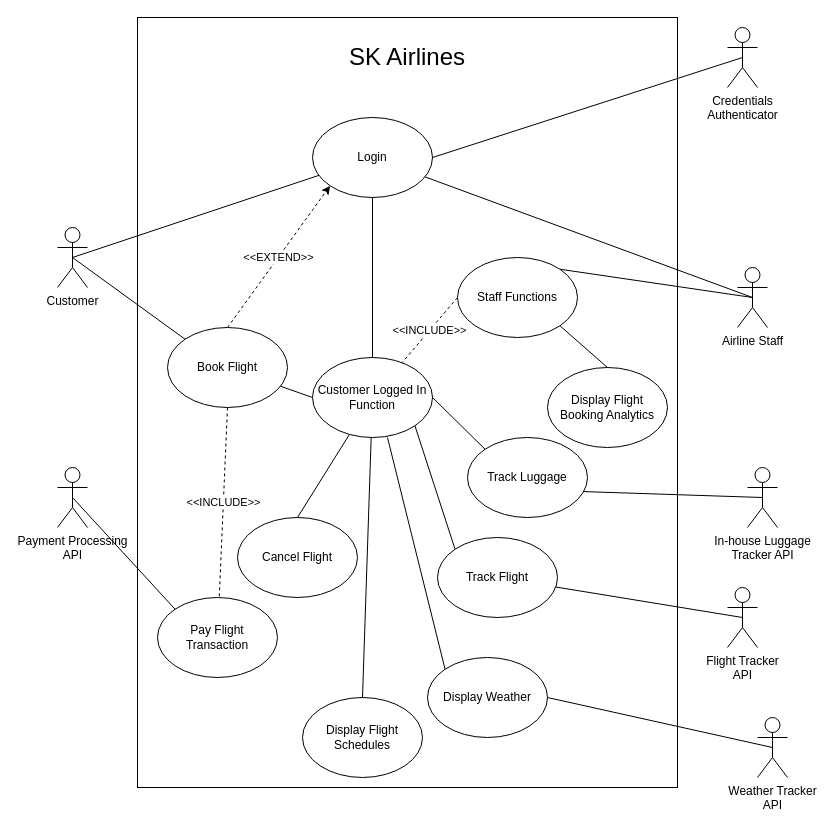
Earlier version of the draw.io diagram SKAirlines.drawio (monterdekeanu/monterdekeanu). Source tidied: cells renumbered, new cells numbered last; positions are measured from the earlier drawing's top-left corner, leaving out a move shared by most shapes. Both pictures are drawn from the tidied source at 100%, with x=0, y=0 at pixel (57, 17).
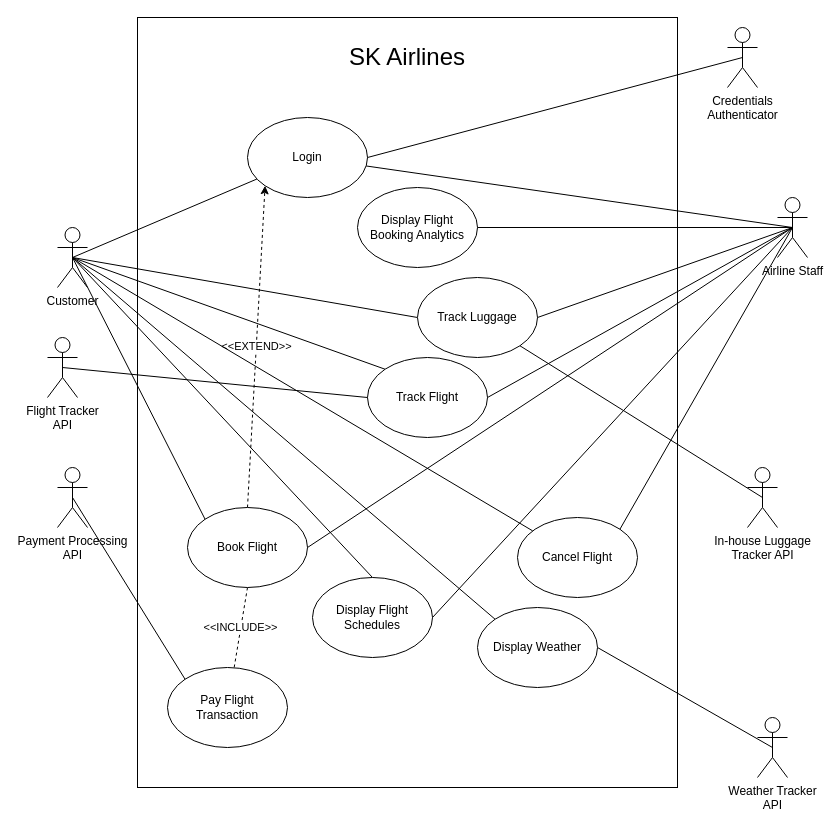
Above is the later version.

Unchanged cells that the change refers to:
```xml
<mxCell id="18" value="Customer" style="shape=umlActor;verticalLabelPosition=bottom;verticalAlign=top;html=1;outlineConnect=0;" parent="1" vertex="1">
  <mxGeometry y="210" width="30" height="60" as="geometry" />
</mxCell>
<mxCell id="37" value="In-house Luggage&lt;br&gt;Tracker API" style="shape=umlActor;verticalLabelPosition=bottom;verticalAlign=top;html=1;outlineConnect=0;" parent="1" vertex="1">
  <mxGeometry x="690" y="450" width="30" height="60" as="geometry" />
</mxCell>
```

Diff of the diagram source:
```diff
@@
-    <mxCell id="3" style="rounded=0;jettySize=auto;html=1;endArrow=none;endFill=0;" parent="1" edge="1" source="4" target="30">
-      <mxGeometry relative="1" as="geometry" />
-    </mxCell>
     <mxCell id="4" value="Login" style="ellipse;whiteSpace=wrap;html=1;" parent="1" vertex="1">
-      <mxGeometry x="255" y="100" width="120" height="80" as="geometry" />
+      <mxGeometry x="190" y="100" width="120" height="80" as="geometry" />
     </mxCell>
@@
     <mxCell id="7" value="Book Flight" style="ellipse;whiteSpace=wrap;html=1;" parent="1" vertex="1">
-      <mxGeometry x="110" y="310" width="120" height="80" as="geometry" />
+      <mxGeometry x="130" y="490" width="120" height="80" as="geometry" />
     </mxCell>
-    <mxCell id="8" style="rounded=0;jettySize=auto;html=1;exitX=0;exitY=0;exitDx=0;exitDy=0;entryX=1;entryY=1;entryDx=0;entryDy=0;endArrow=none;endFill=0;" parent="1" edge="1" source="9" target="30">
+    <mxCell id="8" style="rounded=0;jettySize=auto;html=1;exitX=0;exitY=0;exitDx=0;exitDy=0;entryX=0.5;entryY=0.5;entryDx=0;entryDy=0;endArrow=none;endFill=0;entryPerimeter=0;" parent="1" edge="1" source="9" target="18">
       <mxGeometry relative="1" as="geometry" />
     </mxCell>
     <mxCell id="9" value="Track Flight" style="ellipse;whiteSpace=wrap;html=1;" parent="1" vertex="1">
-      <mxGeometry x="380" y="520" width="120" height="80" as="geometry" />
+      <mxGeometry x="310" y="340" width="120" height="80" as="geometry" />
     </mxCell>
     <mxCell id="10" value="Pay Flight Transaction" style="ellipse;whiteSpace=wrap;html=1;" parent="1" vertex="1">
-      <mxGeometry x="100" y="580" width="120" height="80" as="geometry" />
+      <mxGeometry x="110" y="650" width="120" height="80" as="geometry" />
     </mxCell>
-    <mxCell id="11" style="rounded=0;jettySize=auto;html=1;exitX=0.5;exitY=0;exitDx=0;exitDy=0;endArrow=none;endFill=0;" parent="1" edge="1" source="12" target="30">
+    <mxCell id="11" style="rounded=0;jettySize=auto;html=1;endArrow=none;endFill=0;entryX=0.5;entryY=0.5;entryDx=0;entryDy=0;entryPerimeter=0;" parent="1" edge="1" source="12" target="18">
       <mxGeometry relative="1" as="geometry" />
     </mxCell>
     <mxCell id="12" value="Cancel Flight" style="ellipse;whiteSpace=wrap;html=1;" parent="1" vertex="1">
-      <mxGeometry x="180" y="500" width="120" height="80" as="geometry" />
+      <mxGeometry x="460" y="500" width="120" height="80" as="geometry" />
     </mxCell>
     <mxCell id="13" value="Display Flight Booking Analytics" style="ellipse;whiteSpace=wrap;html=1;" parent="1" vertex="1">
-      <mxGeometry x="490" y="350" width="120" height="80" as="geometry" />
+      <mxGeometry x="300" y="170" width="120" height="80" as="geometry" />
     </mxCell>
-    <mxCell id="14" style="rounded=0;jettySize=auto;html=1;exitX=0.5;exitY=0;exitDx=0;exitDy=0;endArrow=none;endFill=0;" parent="1" edge="1" source="15" target="30">
+    <mxCell id="14" style="rounded=0;jettySize=auto;html=1;exitX=0.5;exitY=0;exitDx=0;exitDy=0;endArrow=none;endFill=0;entryX=0.5;entryY=0.5;entryDx=0;entryDy=0;entryPerimeter=0;" parent="1" edge="1" source="15" target="18">
       <mxGeometry relative="1" as="geometry" />
     </mxCell>
     <mxCell id="15" value="Display Flight Schedules" style="ellipse;whiteSpace=wrap;html=1;" parent="1" vertex="1">
-      <mxGeometry x="245" y="680" width="120" height="80" as="geometry" />
+      <mxGeometry x="255" y="560" width="120" height="80" as="geometry" />
     </mxCell>
@@
-    <mxCell id="20" style="rounded=0;jettySize=auto;html=1;exitX=0.5;exitY=0.5;exitDx=0;exitDy=0;exitPerimeter=0;entryX=1;entryY=0;entryDx=0;entryDy=0;endArrow=none;endFill=0;" parent="1" edge="1" source="21" target="35">
+    <mxCell id="20" style="rounded=0;jettySize=auto;html=1;exitX=0.5;exitY=0.5;exitDx=0;exitDy=0;exitPerimeter=0;endArrow=none;endFill=0;" parent="1" edge="1" source="21" target="13">
       <mxGeometry relative="1" as="geometry" />
     </mxCell>
     <mxCell id="21" value="Airline Staff" style="shape=umlActor;verticalLabelPosition=bottom;verticalAlign=top;html=1;outlineConnect=0;" parent="1" vertex="1">
-      <mxGeometry x="680" y="250" width="30" height="60" as="geometry" />
+      <mxGeometry x="720" y="180" width="30" height="60" as="geometry" />
     </mxCell>
@@
-    <mxCell id="27" style="rounded=0;jettySize=auto;html=1;exitX=0.5;exitY=0.5;exitDx=0;exitDy=0;exitPerimeter=0;endArrow=none;endFill=0;" parent="1" edge="1" source="28" target="9">
+    <mxCell id="27" style="rounded=0;jettySize=auto;html=1;exitX=0.5;exitY=0.5;exitDx=0;exitDy=0;exitPerimeter=0;endArrow=none;endFill=0;entryX=0;entryY=0.5;entryDx=0;entryDy=0;" parent="1" edge="1" source="28" target="9">
       <mxGeometry relative="1" as="geometry" />
     </mxCell>
     <mxCell id="28" value="Flight Tracker&lt;br&gt;API" style="shape=umlActor;verticalLabelPosition=bottom;verticalAlign=top;html=1;outlineConnect=0;" parent="1" vertex="1">
-      <mxGeometry x="670" y="570" width="30" height="60" as="geometry" />
+      <mxGeometry x="-10" y="320" width="30" height="60" as="geometry" />
     </mxCell>
-    <mxCell id="29" style="rounded=0;jettySize=auto;html=1;exitX=0;exitY=0.5;exitDx=0;exitDy=0;endArrow=none;endFill=0;" parent="1" edge="1" source="30" target="7">
-      <mxGeometry relative="1" as="geometry" />
-    </mxCell>
-    <mxCell id="30" value="Customer Logged In Function" style="ellipse;whiteSpace=wrap;html=1;" parent="1" vertex="1">
-      <mxGeometry x="255" y="340" width="120" height="80" as="geometry" />
-    </mxCell>
-    <mxCell id="31" style="rounded=0;jettySize=auto;html=1;exitX=0;exitY=0;exitDx=0;exitDy=0;entryX=1;entryY=0.5;entryDx=0;entryDy=0;endArrow=none;endFill=0;" parent="1" edge="1" source="32" target="30">
+    <mxCell id="31" style="rounded=0;jettySize=auto;html=1;exitX=0;exitY=0.5;exitDx=0;exitDy=0;entryX=0.5;entryY=0.5;entryDx=0;entryDy=0;endArrow=none;endFill=0;entryPerimeter=0;" parent="1" edge="1" source="32" target="18">
       <mxGeometry relative="1" as="geometry" />
     </mxCell>
     <mxCell id="32" value="Track Luggage" style="ellipse;whiteSpace=wrap;html=1;" parent="1" vertex="1">
-      <mxGeometry x="410" y="420" width="120" height="80" as="geometry" />
+      <mxGeometry x="360" y="260" width="120" height="80" as="geometry" />
     </mxCell>
-    <mxCell id="33" style="rounded=0;jettySize=auto;html=1;exitX=1;exitY=1;exitDx=0;exitDy=0;entryX=0.5;entryY=0;entryDx=0;entryDy=0;endArrow=none;endFill=0;" parent="1" edge="1" source="35" target="13">
-      <mxGeometry relative="1" as="geometry" />
-    </mxCell>
-    <mxCell id="34" value="&amp;lt;&amp;lt;INCLUDE&amp;gt;&amp;gt;" style="rounded=0;jettySize=auto;html=1;exitX=0;exitY=0.5;exitDx=0;exitDy=0;endArrow=none;endFill=0;dashed=1;" parent="1" edge="1" source="35" target="30">
-      <mxGeometry relative="1" as="geometry" />
-    </mxCell>
-    <mxCell id="35" value="Staff Functions" style="ellipse;whiteSpace=wrap;html=1;" parent="1" vertex="1">
-      <mxGeometry x="400" y="240" width="120" height="80" as="geometry" />
-    </mxCell>
-    <mxCell id="36" style="rounded=0;jettySize=auto;html=1;exitX=0.5;exitY=0.5;exitDx=0;exitDy=0;exitPerimeter=0;entryX=0.967;entryY=0.676;entryDx=0;entryDy=0;entryPerimeter=0;endArrow=none;endFill=0;" parent="1" edge="1" source="37" target="32">
+    <mxCell id="36" style="rounded=0;jettySize=auto;html=1;exitX=0.5;exitY=0.5;exitDx=0;exitDy=0;exitPerimeter=0;entryX=1;entryY=1;entryDx=0;entryDy=0;endArrow=none;endFill=0;" parent="1" edge="1" source="37" target="32">
       <mxGeometry relative="1" as="geometry" />
     </mxCell>
@@
-    <mxCell id="40" style="rounded=0;jettySize=auto;html=1;exitX=0;exitY=0;exitDx=0;exitDy=0;endArrow=none;endFill=0;" parent="1" edge="1" source="41">
-      <mxGeometry relative="1" as="geometry">
-        <mxPoint x="330" y="420" as="targetPoint" />
-      </mxGeometry>
+    <mxCell id="40" style="rounded=0;jettySize=auto;html=1;exitX=0;exitY=0;exitDx=0;exitDy=0;endArrow=none;endFill=0;entryX=0.5;entryY=0.5;entryDx=0;entryDy=0;entryPerimeter=0;" parent="1" edge="1" source="41" target="18">
+      <mxGeometry relative="1" as="geometry" />
     </mxCell>
     <mxCell id="41" value="Display Weather" style="ellipse;whiteSpace=wrap;html=1;" parent="1" vertex="1">
-      <mxGeometry x="370" y="640" width="120" height="80" as="geometry" />
+      <mxGeometry x="420" y="590" width="120" height="80" as="geometry" />
     </mxCell>
+    <mxCell id="42" style="rounded=0;jettySize=auto;html=1;endArrow=none;endFill=0;entryX=1;entryY=0.5;entryDx=0;entryDy=0;exitX=0.5;exitY=0.5;exitDx=0;exitDy=0;exitPerimeter=0;" parent="1" edge="1" source="21" target="32">
+      <mxGeometry relative="1" as="geometry" />
+    </mxCell>
+    <mxCell id="43" style="rounded=0;jettySize=auto;html=1;exitX=0.5;exitY=0.5;exitDx=0;exitDy=0;exitPerimeter=0;endArrow=none;endFill=0;entryX=1;entryY=0.5;entryDx=0;entryDy=0;" parent="1" edge="1" source="21" target="9">
+      <mxGeometry relative="1" as="geometry" />
+    </mxCell>
+    <mxCell id="44" style="rounded=0;jettySize=auto;html=1;exitX=0.5;exitY=0.5;exitDx=0;exitDy=0;exitPerimeter=0;endArrow=none;endFill=0;entryX=1;entryY=0;entryDx=0;entryDy=0;" parent="1" edge="1" source="21" target="12">
+      <mxGeometry relative="1" as="geometry" />
+    </mxCell>
+    <mxCell id="45" style="rounded=0;jettySize=auto;html=1;exitX=0.5;exitY=0.5;exitDx=0;exitDy=0;exitPerimeter=0;endArrow=none;endFill=0;entryX=1;entryY=0.5;entryDx=0;entryDy=0;" parent="1" edge="1" source="21" target="15">
+      <mxGeometry relative="1" as="geometry" />
+    </mxCell>
+    <mxCell id="46" style="rounded=0;jettySize=auto;html=1;exitX=0.5;exitY=0.5;exitDx=0;exitDy=0;exitPerimeter=0;endArrow=none;endFill=0;entryX=1;entryY=0.5;entryDx=0;entryDy=0;" parent="1" edge="1" source="21" target="7">
+      <mxGeometry relative="1" as="geometry" />
+    </mxCell>
```
